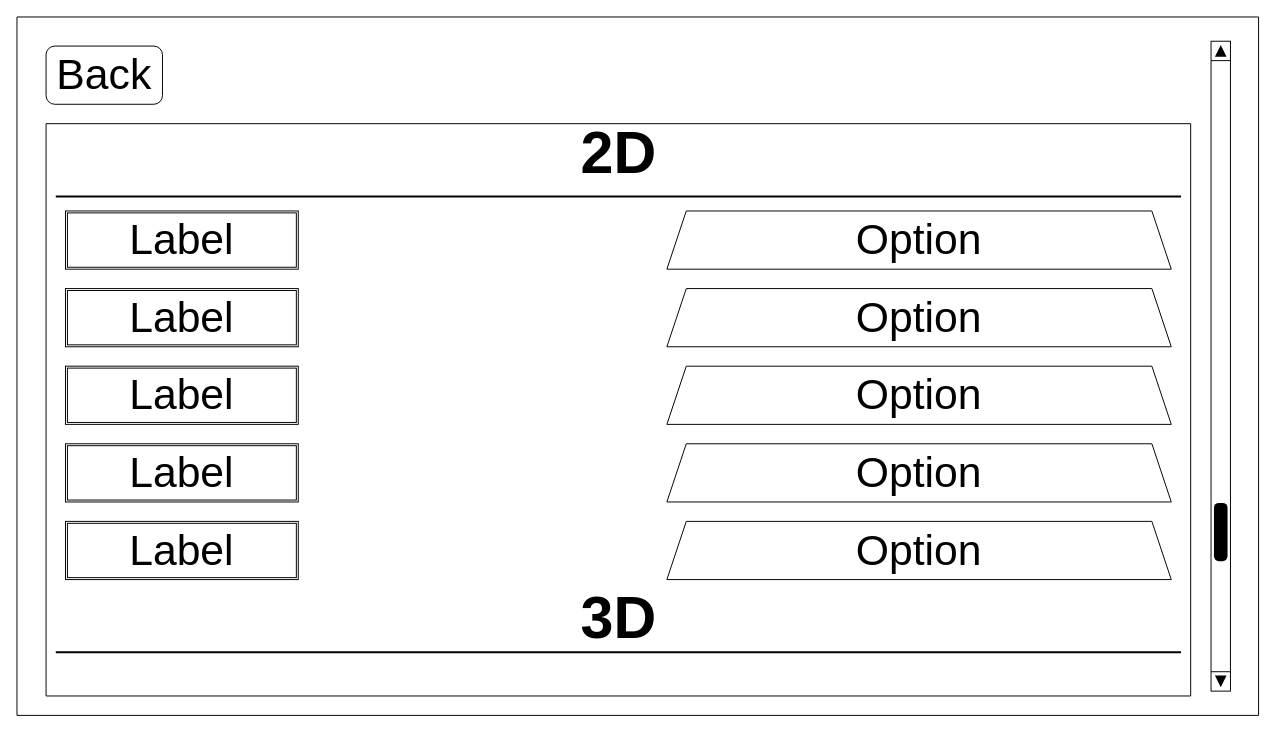
Earlier version of the draw.io diagram page "Visual Settings" (4 of 14) of Design/Project.drawio (PawekPL/Atlas-of-Dreams). Source tidied: cells renumbered, new cells numbered last; positions are measured from the earlier drawing's top-left corner, leaving out a move shared by most shapes. Both pictures are drawn from the tidied source at 97%, with x=0, y=0 at pixel (16, 16).
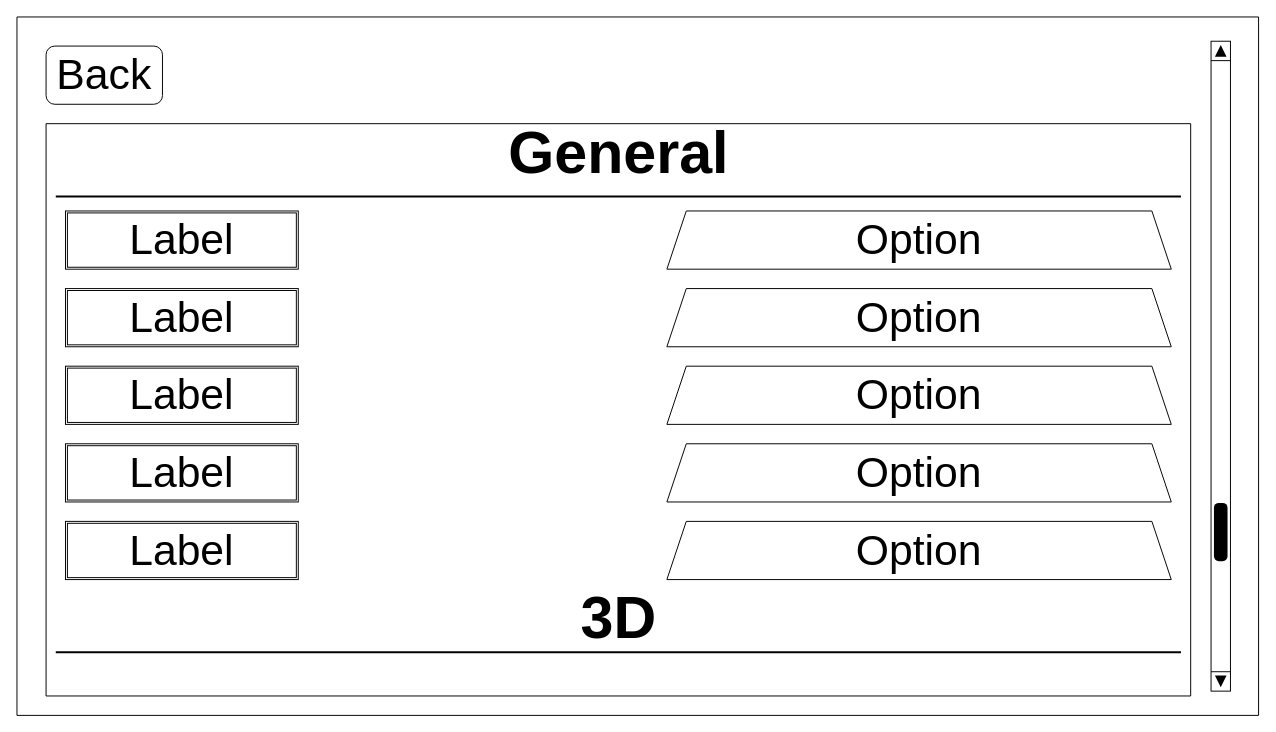
After the change.

Diff of the diagram source:
```diff
@@
 <mxGraphModel>
   <root>
     <mxCell id="0" />
     <mxCell id="1" parent="0" />
     <mxCell id="2" style="swimlane;startSize=0;fontSize=44;" parent="1" vertex="1">
       <mxGeometry width="1280" height="720" as="geometry" />
     </mxCell>
     <mxCell id="3" value="Back" style="rounded=1;whiteSpace=wrap;html=1;fontSize=44;" parent="2" vertex="1">
       <mxGeometry x="30" y="30" width="120" height="60" as="geometry" />
     </mxCell>
     <mxCell id="4" style="verticalLabelPosition=bottom;shadow=0;dashed=0;align=center;html=1;verticalAlign=top;strokeWidth=1;shape=mxgraph.mockup.navigation.scrollBar;barPos=20;fillColor2=#000000;strokeColor2=none;direction=north;fontSize=44;" parent="2" vertex="1">
       <mxGeometry x="1231" y="25" width="20" height="670" as="geometry" />
     </mxCell>
     <mxCell id="5" value="Label" style="shape=ext;double=1;rounded=0;whiteSpace=wrap;html=1;fontSize=44;" parent="2" vertex="1">
       <mxGeometry x="50" y="200" width="240" height="60" as="geometry" />
     </mxCell>
     <mxCell id="6" value="Option" style="shape=trapezoid;perimeter=trapezoidPerimeter;whiteSpace=wrap;html=1;fixedSize=1;fontSize=44;" parent="2" vertex="1">
       <mxGeometry x="670" y="280" width="520" height="60" as="geometry" />
     </mxCell>
     <mxCell id="7" value="Label" style="shape=ext;double=1;rounded=0;whiteSpace=wrap;html=1;fontSize=44;" parent="2" vertex="1">
       <mxGeometry x="50" y="280" width="240" height="60" as="geometry" />
     </mxCell>
     <mxCell id="8" value="Option" style="shape=trapezoid;perimeter=trapezoidPerimeter;whiteSpace=wrap;html=1;fixedSize=1;fontSize=44;" parent="2" vertex="1">
       <mxGeometry x="670" y="360" width="520" height="60" as="geometry" />
     </mxCell>
     <mxCell id="9" value="Label" style="shape=ext;double=1;rounded=0;whiteSpace=wrap;html=1;fontSize=44;" parent="2" vertex="1">
       <mxGeometry x="50" y="360" width="240" height="60" as="geometry" />
     </mxCell>
     <mxCell id="10" value="Option" style="shape=trapezoid;perimeter=trapezoidPerimeter;whiteSpace=wrap;html=1;fixedSize=1;fontSize=44;" parent="2" vertex="1">
       <mxGeometry x="670" y="440" width="520" height="60" as="geometry" />
     </mxCell>
     <mxCell id="11" value="Label" style="shape=ext;double=1;rounded=0;whiteSpace=wrap;html=1;fontSize=44;" parent="2" vertex="1">
       <mxGeometry x="50" y="440" width="240" height="60" as="geometry" />
     </mxCell>
     <mxCell id="12" value="Label" style="shape=ext;double=1;rounded=0;whiteSpace=wrap;html=1;fontSize=44;" parent="2" vertex="1">
       <mxGeometry x="50" y="520" width="240" height="60" as="geometry" />
     </mxCell>
     <mxCell id="13" style="line;strokeWidth=2;html=1;fontSize=61;" parent="2" vertex="1">
       <mxGeometry x="40" y="180" width="1160" height="10" as="geometry" />
     </mxCell>
     <mxCell id="14" style="line;strokeWidth=2;html=1;fontSize=61;" parent="2" vertex="1">
       <mxGeometry x="40" y="650" width="1160" height="10" as="geometry" />
     </mxCell>
     <mxCell id="15" style="swimlane;startSize=0;fontSize=61;" parent="1" vertex="1">
       <mxGeometry x="30" y="110" width="1180" height="590" as="geometry" />
     </mxCell>
     <mxCell id="16" value="Option" style="shape=trapezoid;perimeter=trapezoidPerimeter;whiteSpace=wrap;html=1;fixedSize=1;fontSize=44;" parent="15" vertex="1">
       <mxGeometry x="640" y="90" width="520" height="60" as="geometry" />
     </mxCell>
     <mxCell id="17" value="Option" style="shape=trapezoid;perimeter=trapezoidPerimeter;whiteSpace=wrap;html=1;fixedSize=1;fontSize=44;" parent="15" vertex="1">
       <mxGeometry x="640" y="410" width="520" height="60" as="geometry" />
     </mxCell>
     <mxCell id="18" value="&lt;font style=&quot;font-size: 61px&quot;&gt;3D&lt;/font&gt;" style="text;strokeColor=none;fillColor=none;html=1;fontSize=24;fontStyle=1;verticalAlign=middle;align=center;" parent="15" vertex="1">
       <mxGeometry x="477" y="450" width="226" height="120" as="geometry" />
     </mxCell>
-    <mxCell id="19" value="&lt;font style=&quot;font-size: 61px&quot;&gt;2D&lt;/font&gt;" style="text;strokeColor=none;fillColor=none;html=1;fontSize=24;fontStyle=1;verticalAlign=middle;align=center;" parent="15" vertex="1">
+    <mxCell id="19" value="&lt;font style=&quot;font-size: 61px&quot;&gt;General&lt;/font&gt;" style="text;strokeColor=none;fillColor=none;html=1;fontSize=24;fontStyle=1;verticalAlign=middle;align=center;" parent="15" vertex="1">
       <mxGeometry x="477" y="-30" width="226" height="120" as="geometry" />
     </mxCell>
   </root>
 </mxGraphModel>
```
